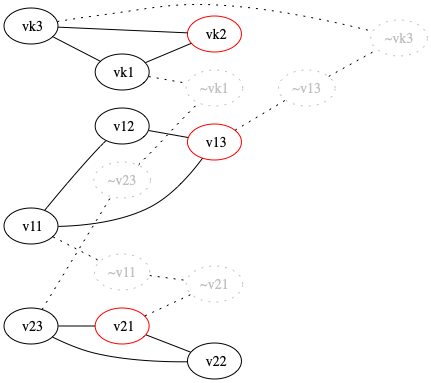
Earlier version of the Graphviz export textbook.png (AndrewHarrisSPU/satset). Its source is kept beside it as textbook.dot.
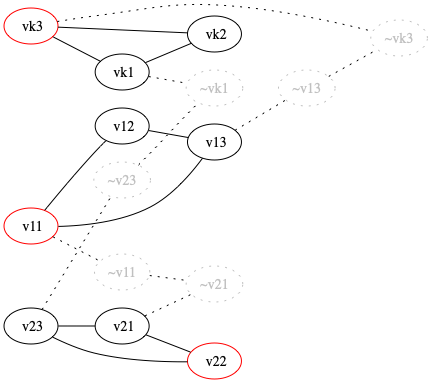
After the change.

What changed in the source:
```diff
@@ -1,20 +1,20 @@
 strict graph {
 	rankdir = LR;
-	node [ color = black    ] " v11"
+	node [ color = red    ] " v11"
 	node [ color = black    ] " v12"
-	node [ color = red    ] " v13"
+	node [ color = black    ] " v13"
 	" v11" -- " v12"
 	" v12" -- " v13"
 	" v13" -- " v11"
-	node [ color = red    ] " v21"
-	node [ color = black    ] " v22"
+	node [ color = black    ] " v21"
+	node [ color = red    ] " v22"
 	node [ color = black    ] " v23"
 	" v21" -- " v22"
 	" v22" -- " v23"
 	" v23" -- " v21"
 	node [ color = black    ] " vk1"
-	node [ color = red    ] " vk2"
-	node [ color = black    ] " vk3"
+	node [ color = black    ] " vk2"
+	node [ color = red    ] " vk3"
 	" vk1" -- " vk2"
 	" vk2" -- " vk3"
 	" vk3" -- " vk1"
@@ -27,10 +27,10 @@
 	node [ color = gray fontcolor = gray pos = "-10,0!" style = dotted ] "~v23"
 	node [ color = gray fontcolor = gray pos = "-10,0!" style = dotted ] "~vk1"
 	"~v23" -- "~vk1" [ style = dotted ]
+	" v13" -- "~v13" [ style = dotted ]
+	" v21" -- "~v21" [ style = dotted ]
 	" v23" -- "~v23" [ style = dotted ]
+	" vk1" -- "~vk1" [ style = dotted ]
 	" v11" -- "~v11" [ style = dotted ]
-	" v13" -- "~v13" [ style = dotted ]
 	" vk3" -- "~vk3" [ style = dotted ]
-	" vk1" -- "~vk1" [ style = dotted ]
-	" v21" -- "~v21" [ style = dotted ]
 }
```
